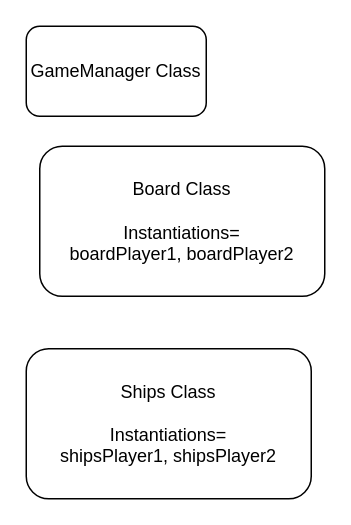
The draw.io diagram Battleships.drawio in V1cVan/Battleships_Game_Java, before the edit. Source tidied: cells renumbered, new cells numbered last; positions are measured from the earlier drawing's top-left corner, leaving out a move shared by most shapes. Both pictures are drawn from the tidied source at 150%, with x=0, y=0 at pixel (26, 26).
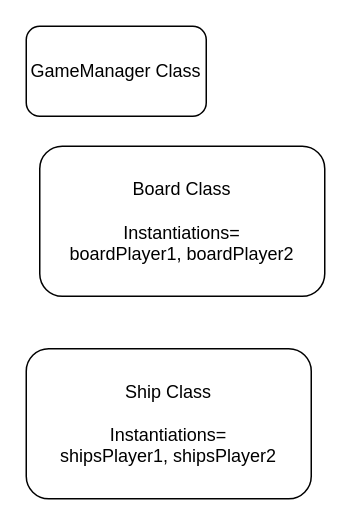
Above is the later version.

Commit message (it also covers changes not shown here):
Fixed random ship placement

Diff of the diagram source:
```diff
@@
 <mxGraphModel>
   <root>
     <mxCell id="0" />
     <mxCell id="1" parent="0" />
     <mxCell id="2" value="GameManager Class" style="rounded=1;whiteSpace=wrap;html=1;" parent="1" vertex="1">
       <mxGeometry width="120" height="60" as="geometry" />
     </mxCell>
     <mxCell id="3" value="Board Class&lt;br&gt;&lt;br&gt;Instantiations=&lt;br&gt;boardPlayer1, boardPlayer2" style="rounded=1;whiteSpace=wrap;html=1;" parent="1" vertex="1">
       <mxGeometry x="9" y="80" width="190" height="100" as="geometry" />
     </mxCell>
-    <mxCell id="4" value="Ships Class&lt;br&gt;&lt;br&gt;Instantiations=&lt;br&gt;shipsPlayer1, shipsPlayer2" style="rounded=1;whiteSpace=wrap;html=1;" parent="1" vertex="1">
+    <mxCell id="4" value="Ship Class&lt;br&gt;&lt;br&gt;Instantiations=&lt;br&gt;shipsPlayer1, shipsPlayer2" style="rounded=1;whiteSpace=wrap;html=1;" parent="1" vertex="1">
       <mxGeometry y="215" width="190" height="100" as="geometry" />
     </mxCell>
   </root>
 </mxGraphModel>
```
